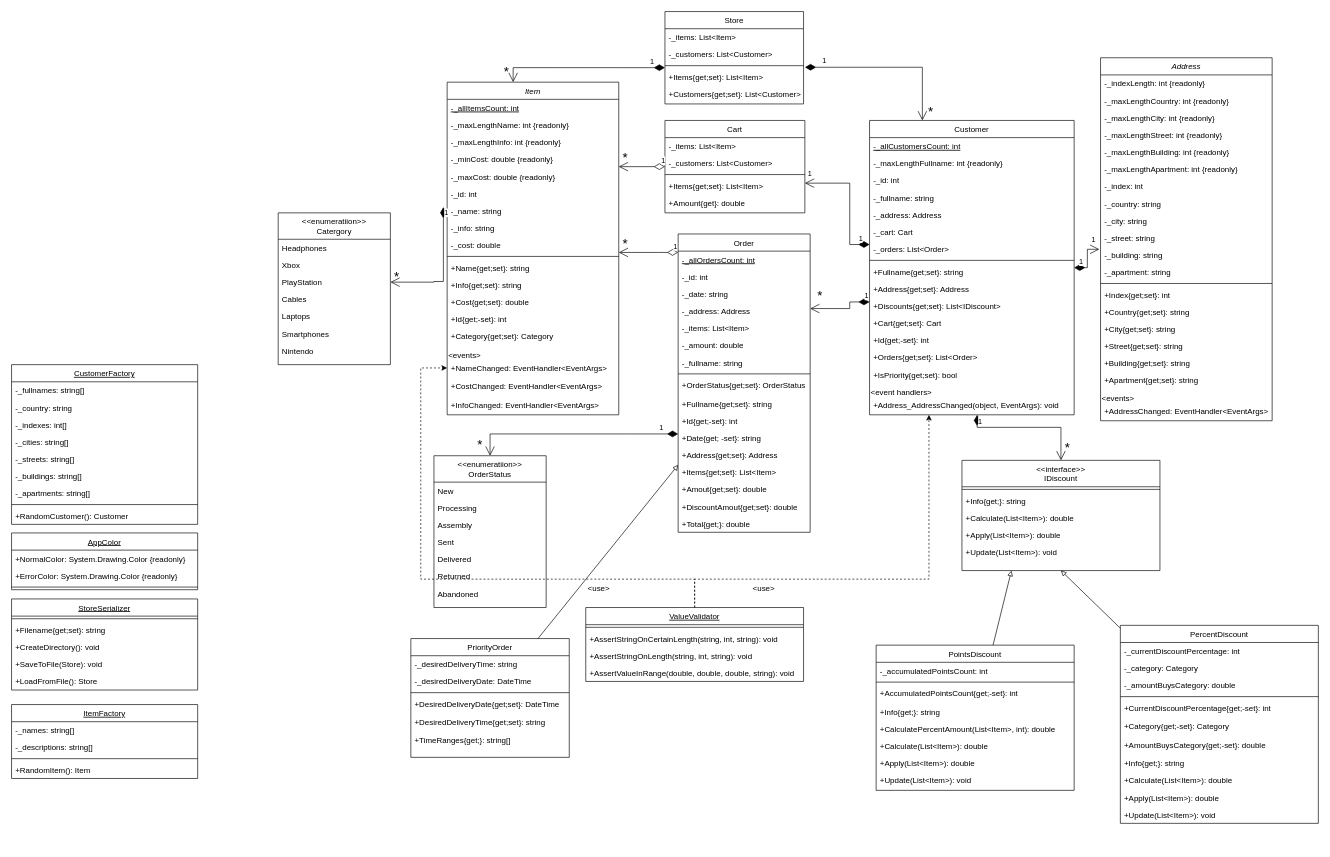
Above: doc/Practics8.drawio in Levion4/ProgrammingDemo (draw.io), before the change. Source tidied: cells renumbered, new cells numbered last; positions are measured from the earlier drawing's top-left corner, leaving out a move shared by most shapes. Both pictures are drawn from the tidied source at 66%, with x=0, y=0 at pixel (11, 11).
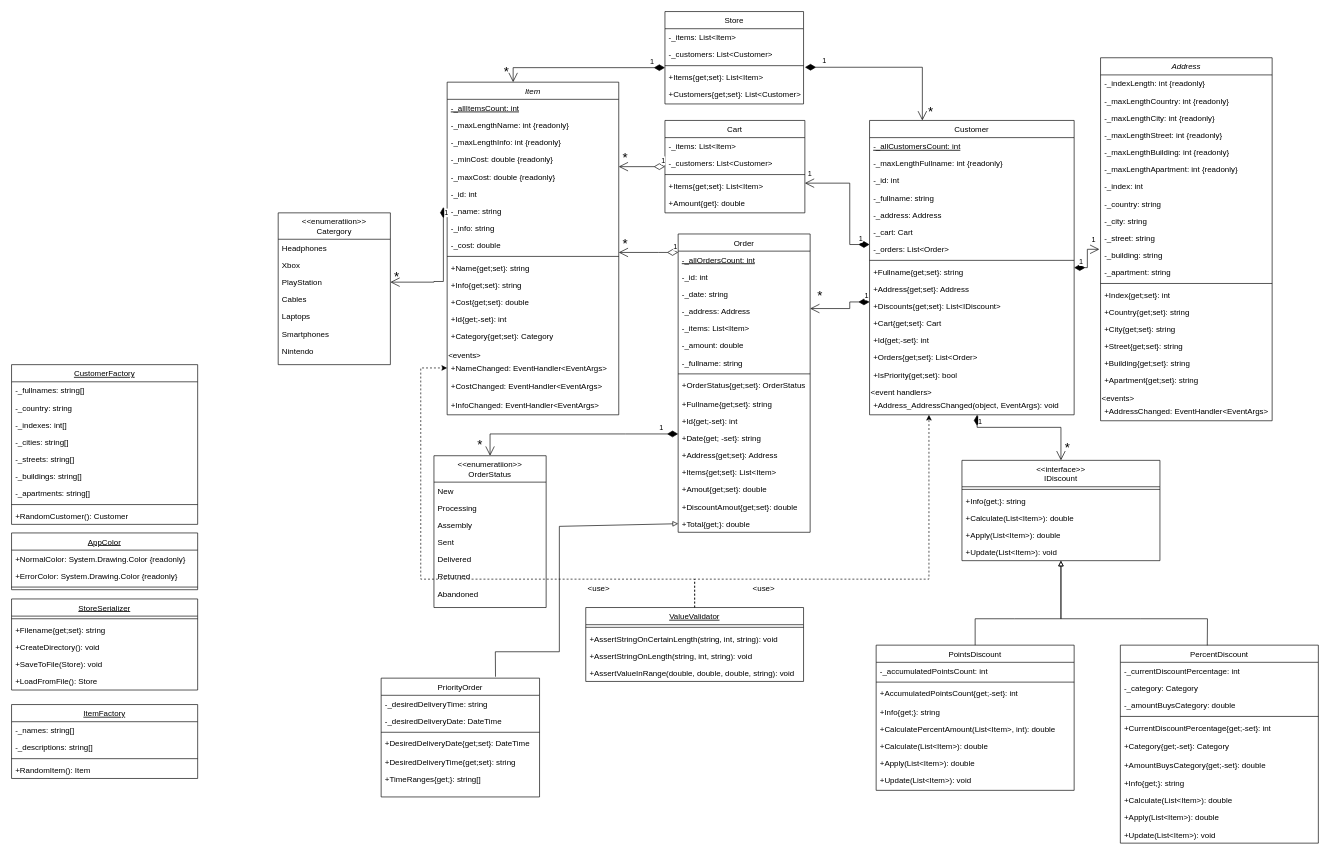
The same page after the edit.

Commit message (it also covers changes not shown here):
docs(doc): исправлены UML-диаграммы

Unchanged cells that the change refers to:
```xml
<mxCell id="136" value="Order" style="swimlane;fontStyle=0;align=center;verticalAlign=top;horizontal=1;startSize=26;rounded=0;shadow=0;strokeWidth=1;" parent="1" vertex="1">
  <mxGeometry x="1010" y="337" width="200" height="452" as="geometry" />
</mxCell>
<mxCell id="153" value="+Total{get;}: double" style="text;align=left;verticalAlign=top;spacingLeft=4;spacingRight=4;overflow=hidden;points=[[0,0.5],[1,0.5]];portConstraint=eastwest;" parent="136" vertex="1">
  <mxGeometry y="426" width="200" height="26" as="geometry" />
</mxCell>
<mxCell id="168" value="PointsDiscount" style="swimlane;fontStyle=0;align=center;verticalAlign=top;horizontal=1;startSize=26;rounded=0;shadow=0;strokeWidth=1;" parent="1" vertex="1">
  <mxGeometry x="1310" y="960" width="300" height="220" as="geometry" />
</mxCell>
<mxCell id="194" value="+Update(List&lt;Item&gt;): void" style="text;align=left;verticalAlign=top;spacingLeft=4;spacingRight=4;overflow=hidden;points=[[0,0.5],[1,0.5]];portConstraint=eastwest;" parent="189" vertex="1">
  <mxGeometry y="126" width="300" height="26" as="geometry" />
</mxCell>
```

What changed in the source:
```diff
@@
     <mxCell id="160" value="PriorityOrder" style="swimlane;fontStyle=0;align=center;verticalAlign=top;horizontal=1;startSize=26;rounded=0;shadow=0;strokeWidth=1;" parent="1" vertex="1">
-      <mxGeometry x="605" y="950" width="240" height="180" as="geometry" />
+      <mxGeometry x="560" y="1010" width="240" height="180" as="geometry" />
     </mxCell>
@@
-    <mxCell id="167" style="endArrow=block;html=1;rounded=0;endFill=0;" parent="1" edge="1" source="160" target="136">
-      <mxGeometry relative="1" as="geometry" />
+    <mxCell id="167" style="endArrow=block;html=1;rounded=0;endFill=0;exitX=0.722;exitY=-0.012;exitDx=0;exitDy=0;exitPerimeter=0;entryX=0;entryY=0.5;entryDx=0;entryDy=0;" parent="1" edge="1" source="160" target="153">
+      <mxGeometry relative="1" as="geometry">
+        <Array as="points">
+          <mxPoint x="733" y="970" />
+          <mxPoint x="830" y="970" />
+          <mxPoint x="830" y="780" />
+        </Array>
+      </mxGeometry>
     </mxCell>
@@
     <mxCell id="177" value="PercentDiscount" style="swimlane;fontStyle=0;align=center;verticalAlign=top;horizontal=1;startSize=26;rounded=0;shadow=0;strokeWidth=1;" parent="1" vertex="1">
-      <mxGeometry x="1680" y="930" width="300" height="300" as="geometry" />
+      <mxGeometry x="1680" y="960" width="300" height="300" as="geometry" />
     </mxCell>
@@
     <mxCell id="189" value="&lt;&lt;interface&gt;&gt;&#10;IDiscount" style="swimlane;fontStyle=0;align=center;verticalAlign=top;horizontal=1;startSize=40;rounded=0;shadow=0;strokeWidth=1;" parent="1" vertex="1">
-      <mxGeometry x="1440" y="680" width="300" height="167" as="geometry" />
+      <mxGeometry x="1440" y="680" width="300" height="152" as="geometry" />
     </mxCell>
@@
-    <mxCell id="197" style="endArrow=block;html=1;rounded=0;endFill=0;entryX=0.25;entryY=1;entryDx=0;entryDy=0;" parent="1" edge="1" source="168" target="189">
-      <mxGeometry relative="1" as="geometry" />
+    <mxCell id="197" style="endArrow=block;html=1;rounded=0;endFill=0;exitX=0.5;exitY=0;exitDx=0;exitDy=0;" parent="1" edge="1" source="168" target="194">
+      <mxGeometry relative="1" as="geometry">
+        <Array as="points">
+          <mxPoint x="1460" y="920" />
+          <mxPoint x="1520" y="920" />
+          <mxPoint x="1590" y="920" />
+        </Array>
+      </mxGeometry>
     </mxCell>
-    <mxCell id="198" style="endArrow=block;html=1;rounded=0;endFill=0;entryX=0.5;entryY=1;entryDx=0;entryDy=0;" parent="1" edge="1" source="177" target="189">
-      <mxGeometry relative="1" as="geometry" />
+    <mxCell id="198" style="endArrow=block;html=1;rounded=0;endFill=0;exitX=0.439;exitY=0.001;exitDx=0;exitDy=0;exitPerimeter=0;" parent="1" edge="1" source="177" target="194">
+      <mxGeometry relative="1" as="geometry">
+        <Array as="points">
+          <mxPoint x="1812" y="920" />
+          <mxPoint x="1710" y="920" />
+          <mxPoint x="1590" y="920" />
+        </Array>
+      </mxGeometry>
     </mxCell>
```
